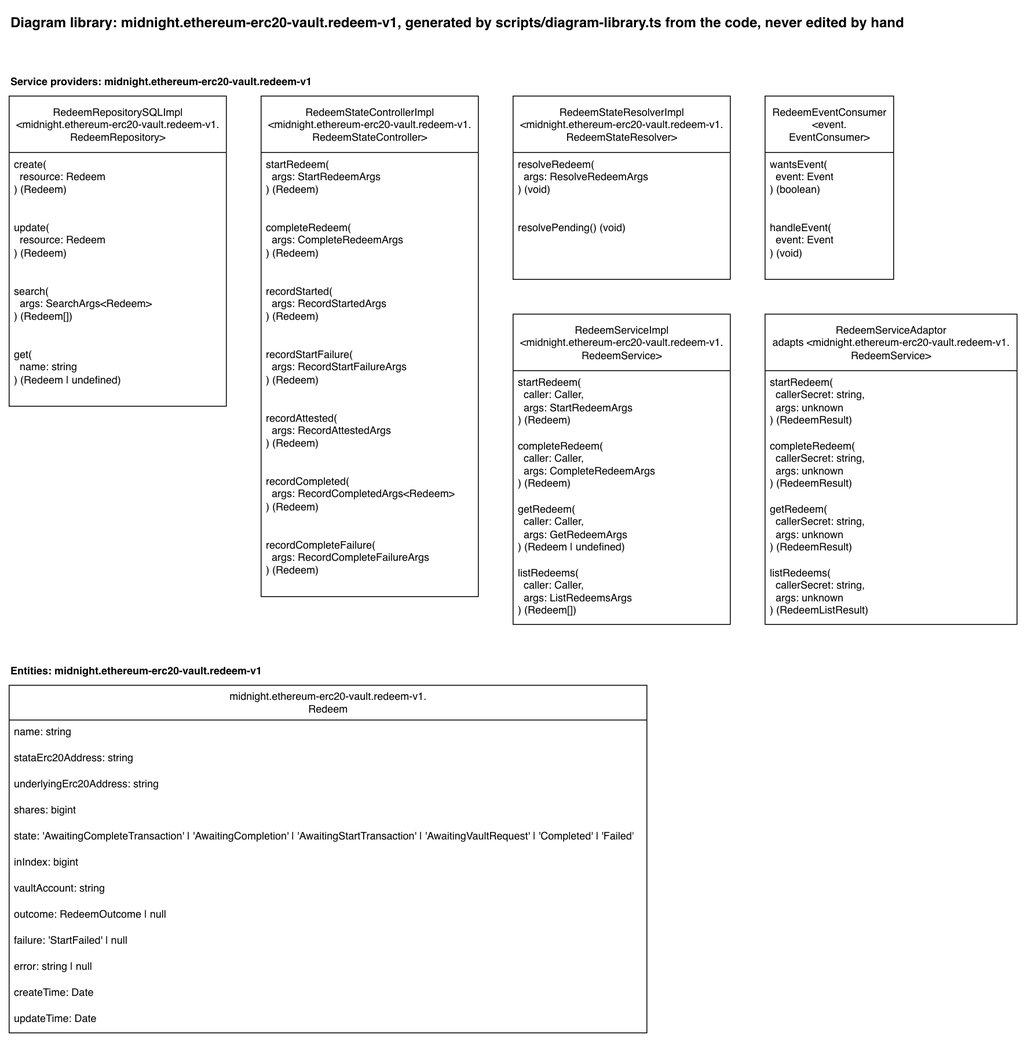
The draw.io diagram docs/diagram-library/midnight/ethereum-erc20-vault/redeem-v1/diagram-library.drawio.png in sig-net/full-stack-demo, before a commit. Source tidied: cells renumbered, new cells last; positions are measured from the earlier drawing's top-left corner, leaving out a move shared by most shapes.
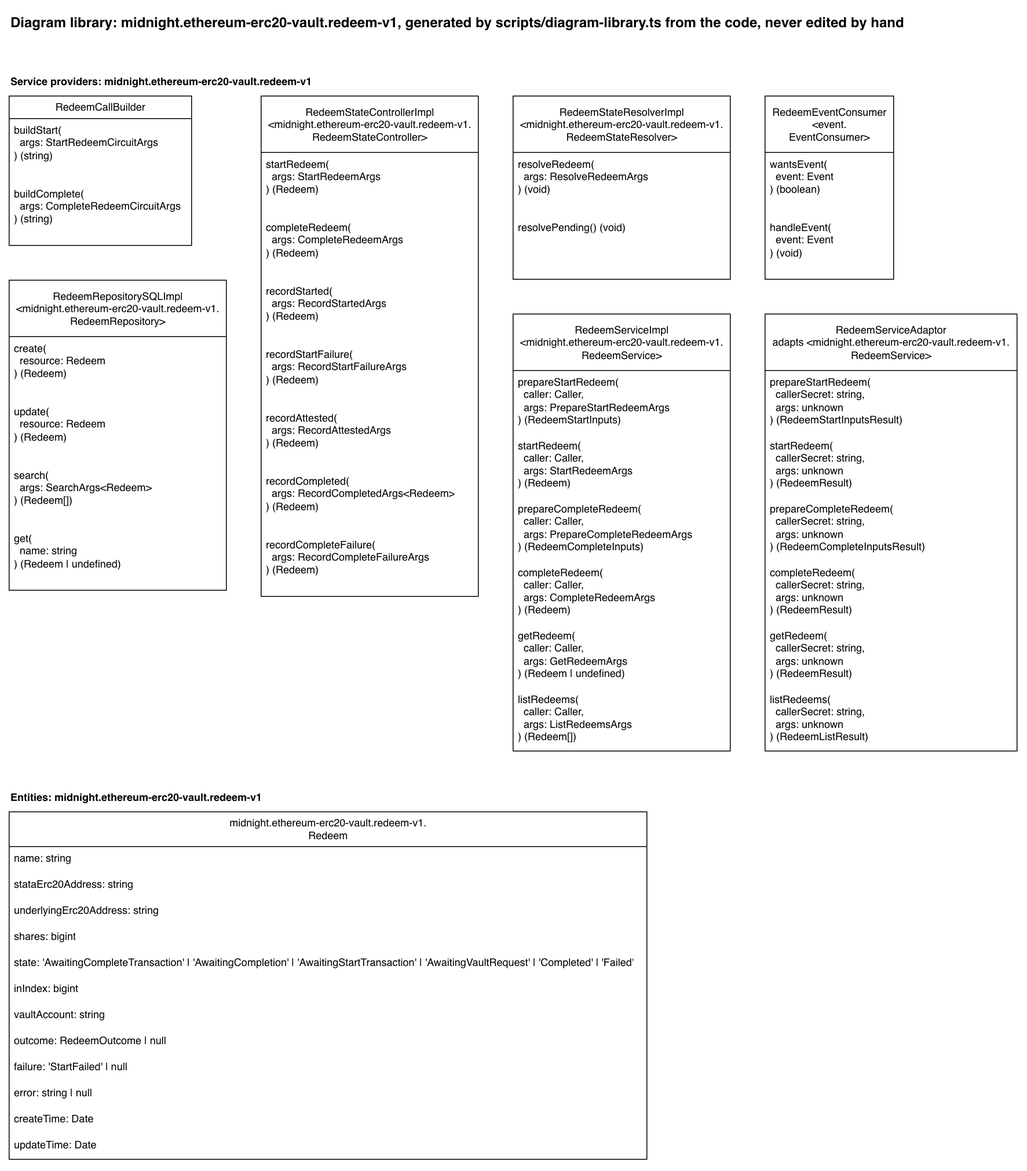
The same diagram one commit later.

What changed in the source:
```diff
@@ -8,8 +8,17 @@
     <mxCell id="3" value="Service providers: midnight.ethereum-erc20-vault.redeem-v1" style="text;html=1;fontStyle=1;" parent="1" vertex="1">
       <mxGeometry y="70" width="376" height="20" as="geometry" />
     </mxCell>
+    <mxCell id="47" value="RedeemCallBuilder" style="swimlane;fontStyle=0;horizontal=1;startSize=26;fillColor=default;html=1;fillStyle=solid;" parent="1" vertex="1">
+      <mxGeometry y="100" width="210" height="172" as="geometry" />
+    </mxCell>
+    <mxCell id="48" value="buildStart(&lt;br&gt;&amp;nbsp; args: StartRedeemCircuitArgs&lt;br&gt;) (string)" style="text;strokeColor=none;fillColor=none;align=left;verticalAlign=top;spacingLeft=4;spacingRight=4;overflow=hidden;whiteSpace=wrap;html=1;" parent="47" vertex="1">
+      <mxGeometry y="26" width="210" height="73" as="geometry" />
+    </mxCell>
+    <mxCell id="49" value="buildComplete(&lt;br&gt;&amp;nbsp; args: CompleteRedeemCircuitArgs&lt;br&gt;) (string)" style="text;strokeColor=none;fillColor=none;align=left;verticalAlign=top;spacingLeft=4;spacingRight=4;overflow=hidden;whiteSpace=wrap;html=1;" parent="47" vertex="1">
+      <mxGeometry y="99" width="210" height="73" as="geometry" />
+    </mxCell>
     <mxCell id="4" value="RedeemRepositorySQLImpl&lt;br&gt;&amp;lt;midnight.ethereum-erc20-vault.redeem-v1.&lt;br&gt;RedeemRepository&amp;gt;" style="swimlane;fontStyle=0;horizontal=1;startSize=65;fillColor=default;html=1;fillStyle=solid;" parent="1" vertex="1">
-      <mxGeometry y="100" width="250" height="357" as="geometry" />
+      <mxGeometry y="312" width="250" height="357" as="geometry" />
     </mxCell>
     <mxCell id="5" value="create(&lt;br&gt;&amp;nbsp; resource: Redeem&lt;br&gt;) (Redeem)" style="text;strokeColor=none;fillColor=none;align=left;verticalAlign=top;spacingLeft=4;spacingRight=4;overflow=hidden;whiteSpace=wrap;html=1;" parent="4" vertex="1">
       <mxGeometry y="65" width="250" height="73" as="geometry" />
@@ -57,19 +66,25 @@
       <mxGeometry y="138" width="250" height="73" as="geometry" />
     </mxCell>
     <mxCell id="20" value="RedeemServiceImpl&lt;br&gt;&amp;lt;midnight.ethereum-erc20-vault.redeem-v1.&lt;br&gt;RedeemService&amp;gt;" style="swimlane;fontStyle=0;horizontal=1;startSize=65;fillColor=default;html=1;fillStyle=solid;" parent="1" vertex="1">
-      <mxGeometry x="580" y="351" width="250" height="357" as="geometry" />
+      <mxGeometry x="580" y="351" width="250" height="503" as="geometry" />
     </mxCell>
+    <mxCell id="50" value="prepareStartRedeem(&lt;br&gt;&amp;nbsp; caller: Caller,&lt;br&gt;&amp;nbsp; args: PrepareStartRedeemArgs&lt;br&gt;) (RedeemStartInputs)" style="text;strokeColor=none;fillColor=none;align=left;verticalAlign=top;spacingLeft=4;spacingRight=4;overflow=hidden;whiteSpace=wrap;html=1;" parent="20" vertex="1">
+      <mxGeometry y="65" width="250" height="73" as="geometry" />
+    </mxCell>
     <mxCell id="21" value="startRedeem(&lt;br&gt;&amp;nbsp; caller: Caller,&lt;br&gt;&amp;nbsp; args: StartRedeemArgs&lt;br&gt;) (Redeem)" style="text;strokeColor=none;fillColor=none;align=left;verticalAlign=top;spacingLeft=4;spacingRight=4;overflow=hidden;whiteSpace=wrap;html=1;" parent="20" vertex="1">
-      <mxGeometry y="65" width="250" height="73" as="geometry" />
+      <mxGeometry y="138" width="250" height="73" as="geometry" />
     </mxCell>
+    <mxCell id="51" value="prepareCompleteRedeem(&lt;br&gt;&amp;nbsp; caller: Caller,&lt;br&gt;&amp;nbsp; args: PrepareCompleteRedeemArgs&lt;br&gt;) (RedeemCompleteInputs)" style="text;strokeColor=none;fillColor=none;align=left;verticalAlign=top;spacingLeft=4;spacingRight=4;overflow=hidden;whiteSpace=wrap;html=1;" parent="20" vertex="1">
+      <mxGeometry y="211" width="250" height="73" as="geometry" />
+    </mxCell>
     <mxCell id="22" value="completeRedeem(&lt;br&gt;&amp;nbsp; caller: Caller,&lt;br&gt;&amp;nbsp; args: CompleteRedeemArgs&lt;br&gt;) (Redeem)" style="text;strokeColor=none;fillColor=none;align=left;verticalAlign=top;spacingLeft=4;spacingRight=4;overflow=hidden;whiteSpace=wrap;html=1;" parent="20" vertex="1">
-      <mxGeometry y="138" width="250" height="73" as="geometry" />
+      <mxGeometry y="284" width="250" height="73" as="geometry" />
     </mxCell>
     <mxCell id="23" value="getRedeem(&lt;br&gt;&amp;nbsp; caller: Caller,&lt;br&gt;&amp;nbsp; args: GetRedeemArgs&lt;br&gt;) (Redeem | undefined)" style="text;strokeColor=none;fillColor=none;align=left;verticalAlign=top;spacingLeft=4;spacingRight=4;overflow=hidden;whiteSpace=wrap;html=1;" parent="20" vertex="1">
-      <mxGeometry y="211" width="250" height="73" as="geometry" />
+      <mxGeometry y="357" width="250" height="73" as="geometry" />
     </mxCell>
     <mxCell id="24" value="listRedeems(&lt;br&gt;&amp;nbsp; caller: Caller,&lt;br&gt;&amp;nbsp; args: ListRedeemsArgs&lt;br&gt;) (Redeem[])" style="text;strokeColor=none;fillColor=none;align=left;verticalAlign=top;spacingLeft=4;spacingRight=4;overflow=hidden;whiteSpace=wrap;html=1;" parent="20" vertex="1">
-      <mxGeometry y="284" width="250" height="73" as="geometry" />
+      <mxGeometry y="430" width="250" height="73" as="geometry" />
     </mxCell>
     <mxCell id="25" value="RedeemEventConsumer&lt;br&gt;&amp;lt;event.&lt;br&gt;EventConsumer&amp;gt;" style="swimlane;fontStyle=0;horizontal=1;startSize=65;fillColor=default;html=1;fillStyle=solid;" parent="1" vertex="1">
       <mxGeometry x="870" y="100" width="148" height="211" as="geometry" />
@@ -81,25 +96,31 @@
       <mxGeometry y="138" width="148" height="73" as="geometry" />
     </mxCell>
     <mxCell id="28" value="RedeemServiceAdaptor&lt;br&gt;adapts &amp;lt;midnight.ethereum-erc20-vault.redeem-v1.&lt;br&gt;RedeemService&amp;gt;" style="swimlane;fontStyle=0;horizontal=1;startSize=65;fillColor=default;html=1;fillStyle=solid;" parent="1" vertex="1">
-      <mxGeometry x="870" y="351" width="290" height="357" as="geometry" />
+      <mxGeometry x="870" y="351" width="290" height="503" as="geometry" />
     </mxCell>
+    <mxCell id="52" value="prepareStartRedeem(&lt;br&gt;&amp;nbsp; callerSecret: string,&lt;br&gt;&amp;nbsp; args: unknown&lt;br&gt;) (RedeemStartInputsResult)" style="text;strokeColor=none;fillColor=none;align=left;verticalAlign=top;spacingLeft=4;spacingRight=4;overflow=hidden;whiteSpace=wrap;html=1;" parent="28" vertex="1">
+      <mxGeometry y="65" width="290" height="73" as="geometry" />
+    </mxCell>
     <mxCell id="29" value="startRedeem(&lt;br&gt;&amp;nbsp; callerSecret: string,&lt;br&gt;&amp;nbsp; args: unknown&lt;br&gt;) (RedeemResult)" style="text;strokeColor=none;fillColor=none;align=left;verticalAlign=top;spacingLeft=4;spacingRight=4;overflow=hidden;whiteSpace=wrap;html=1;" parent="28" vertex="1">
-      <mxGeometry y="65" width="290" height="73" as="geometry" />
+      <mxGeometry y="138" width="290" height="73" as="geometry" />
     </mxCell>
+    <mxCell id="53" value="prepareCompleteRedeem(&lt;br&gt;&amp;nbsp; callerSecret: string,&lt;br&gt;&amp;nbsp; args: unknown&lt;br&gt;) (RedeemCompleteInputsResult)" style="text;strokeColor=none;fillColor=none;align=left;verticalAlign=top;spacingLeft=4;spacingRight=4;overflow=hidden;whiteSpace=wrap;html=1;" parent="28" vertex="1">
+      <mxGeometry y="211" width="290" height="73" as="geometry" />
+    </mxCell>
     <mxCell id="30" value="completeRedeem(&lt;br&gt;&amp;nbsp; callerSecret: string,&lt;br&gt;&amp;nbsp; args: unknown&lt;br&gt;) (RedeemResult)" style="text;strokeColor=none;fillColor=none;align=left;verticalAlign=top;spacingLeft=4;spacingRight=4;overflow=hidden;whiteSpace=wrap;html=1;" parent="28" vertex="1">
-      <mxGeometry y="138" width="290" height="73" as="geometry" />
+      <mxGeometry y="284" width="290" height="73" as="geometry" />
     </mxCell>
     <mxCell id="31" value="getRedeem(&lt;br&gt;&amp;nbsp; callerSecret: string,&lt;br&gt;&amp;nbsp; args: unknown&lt;br&gt;) (RedeemResult)" style="text;strokeColor=none;fillColor=none;align=left;verticalAlign=top;spacingLeft=4;spacingRight=4;overflow=hidden;whiteSpace=wrap;html=1;" parent="28" vertex="1">
-      <mxGeometry y="211" width="290" height="73" as="geometry" />
+      <mxGeometry y="357" width="290" height="73" as="geometry" />
     </mxCell>
     <mxCell id="32" value="listRedeems(&lt;br&gt;&amp;nbsp; callerSecret: string,&lt;br&gt;&amp;nbsp; args: unknown&lt;br&gt;) (RedeemListResult)" style="text;strokeColor=none;fillColor=none;align=left;verticalAlign=top;spacingLeft=4;spacingRight=4;overflow=hidden;whiteSpace=wrap;html=1;" parent="28" vertex="1">
-      <mxGeometry y="284" width="290" height="73" as="geometry" />
+      <mxGeometry y="430" width="290" height="73" as="geometry" />
     </mxCell>
     <mxCell id="33" value="Entities: midnight.ethereum-erc20-vault.redeem-v1" style="text;html=1;fontStyle=1;" parent="1" vertex="1">
-      <mxGeometry y="748" width="317" height="20" as="geometry" />
+      <mxGeometry y="894" width="317" height="20" as="geometry" />
     </mxCell>
     <mxCell id="34" value="midnight.ethereum-erc20-vault.redeem-v1.&lt;br&gt;Redeem" style="swimlane;fontStyle=0;horizontal=1;startSize=40;fillColor=default;html=1;fillStyle=solid;" parent="1" vertex="1">
-      <mxGeometry y="778" width="734" height="400" as="geometry" />
+      <mxGeometry y="924" width="734" height="400" as="geometry" />
     </mxCell>
     <mxCell id="35" value="name: string" style="text;strokeColor=none;fillColor=none;align=left;verticalAlign=top;spacingLeft=4;spacingRight=4;overflow=hidden;whiteSpace=wrap;html=1;" parent="34" vertex="1">
       <mxGeometry y="40" width="734" height="30" as="geometry" />
```
